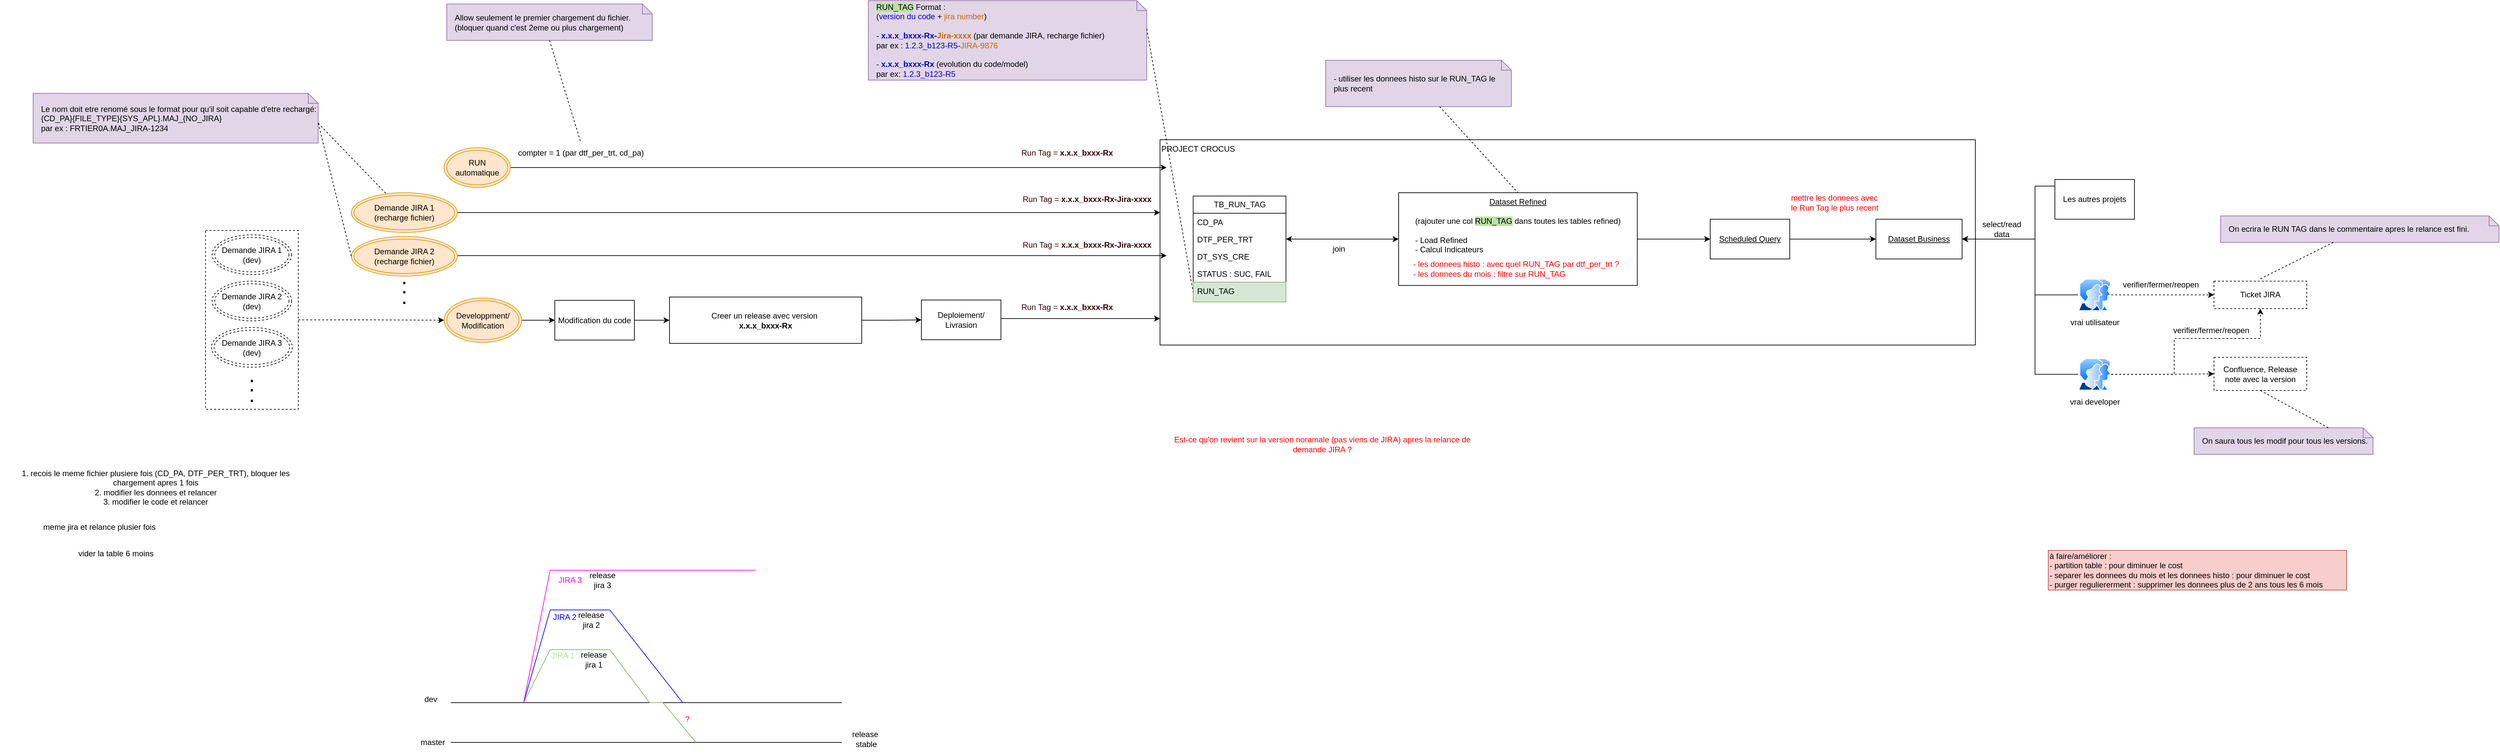
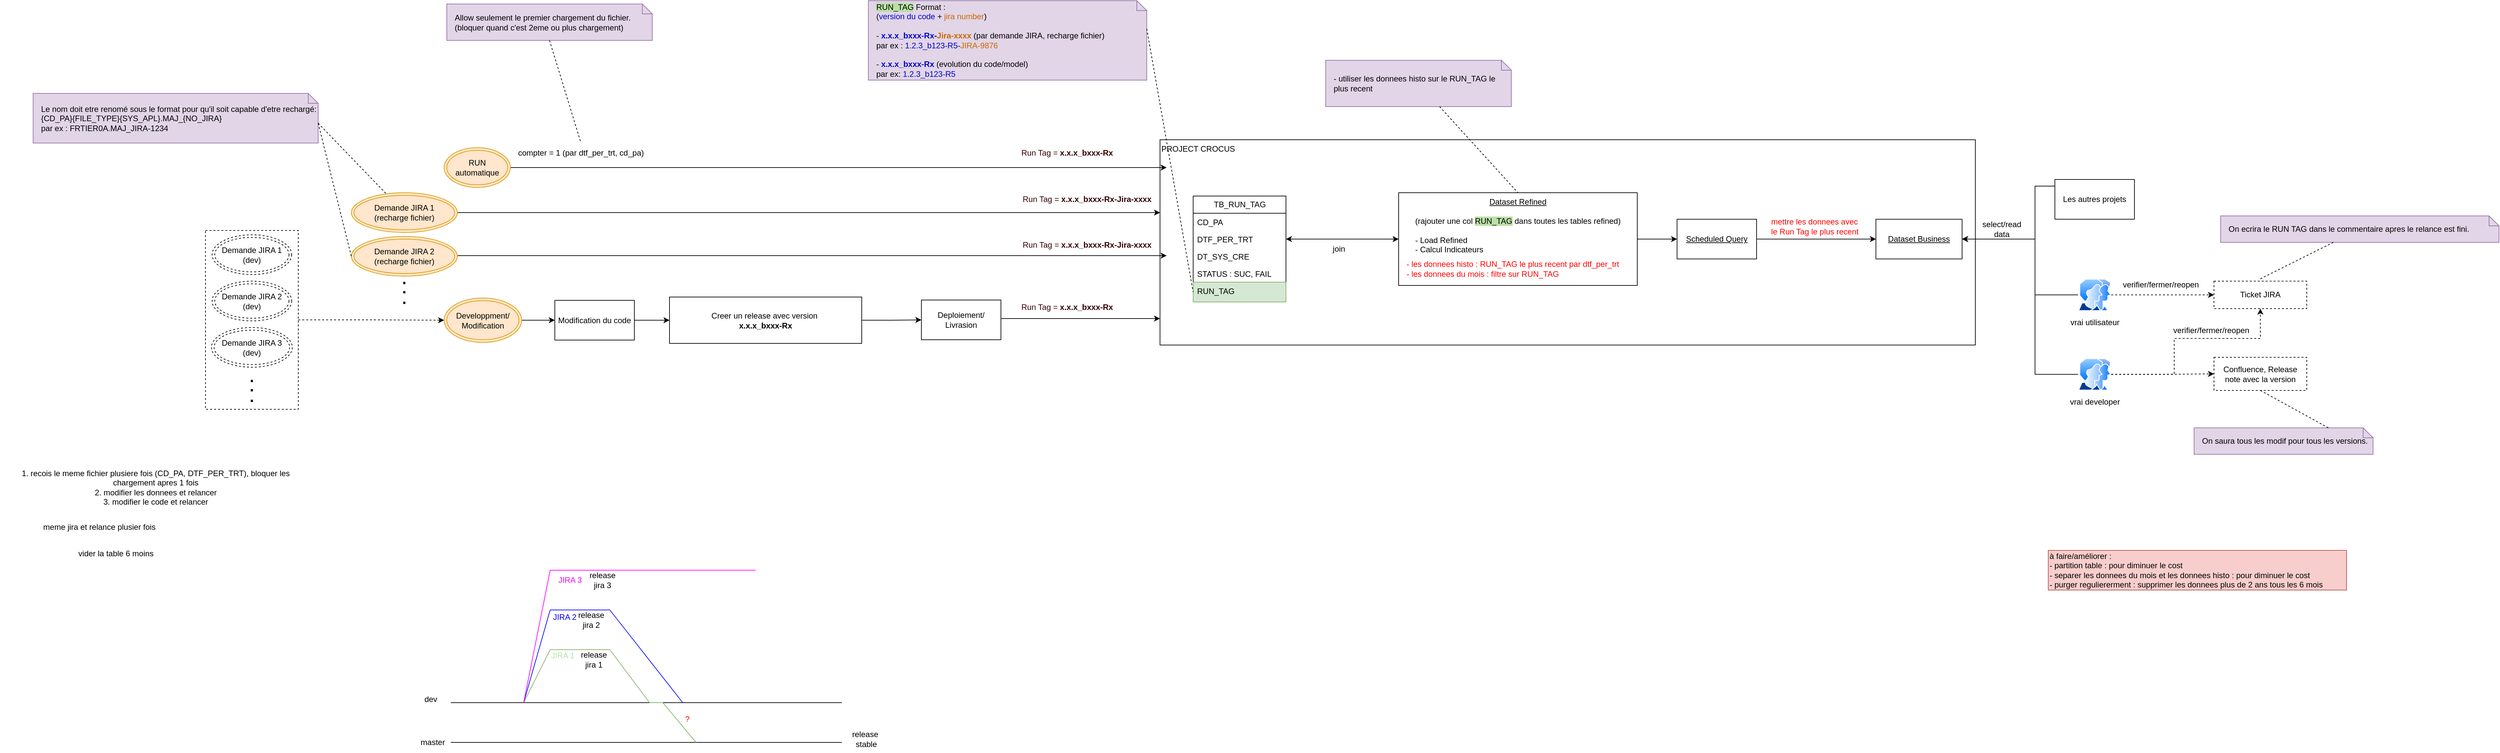
<mxfile host="app.diagrams.net">
  <diagram name="Page-1" id="bEAYSmEDHXBXhFzCy1HB">
    <mxGraphModel dx="3308" dy="2087" grid="1" gridSize="10" guides="1" tooltips="1" connect="1" arrows="1" fold="1" page="1" pageScale="1" pageWidth="827" pageHeight="1169" math="0" shadow="0">
      <root>
        <mxCell id="0" />
        <mxCell id="1" parent="0" />
        <mxCell id="cKu8MT6L8Fp_BZaxLZj7-22" edge="1" parent="1" source="cKu8MT6L8Fp_BZaxLZj7-16" style="edgeStyle=orthogonalEdgeStyle;rounded=0;orthogonalLoop=1;jettySize=auto;html=1;dashed=1;" target="QUzsFoNl6aFI_2ed8XXq-33">
          <mxGeometry relative="1" as="geometry">
            <Array as="points" />
            <mxPoint x="-937.4999999999995" y="382" as="sourcePoint" />
            <mxPoint x="-602.4999999999995" y="365" as="targetPoint" />
          </mxGeometry>
        </mxCell>
        <mxCell id="cKu8MT6L8Fp_BZaxLZj7-16" parent="1" style="rounded=0;whiteSpace=wrap;html=1;dashed=1;" value="" vertex="1">
          <mxGeometry height="270" width="140" x="-1070" y="247" as="geometry" />
        </mxCell>
        <mxCell id="QUzsFoNl6aFI_2ed8XXq-13" parent="1" style="rounded=0;whiteSpace=wrap;html=1;align=left;verticalAlign=top;" value="PROJECT CROCUS" vertex="1">
          <mxGeometry height="310" width="1230" x="370" y="110" as="geometry" />
        </mxCell>
        <mxCell id="QUzsFoNl6aFI_2ed8XXq-1" parent="1" style="swimlane;fontStyle=0;childLayout=stackLayout;horizontal=1;startSize=26;fillColor=none;horizontalStack=0;resizeParent=1;resizeParentMax=0;resizeLast=0;collapsible=1;marginBottom=0;html=1;" value="TB_RUN_TAG" vertex="1">
          <mxGeometry height="160" width="140" x="420" y="195" as="geometry" />
        </mxCell>
        <mxCell id="QUzsFoNl6aFI_2ed8XXq-2" parent="QUzsFoNl6aFI_2ed8XXq-1" style="text;strokeColor=none;fillColor=none;align=left;verticalAlign=top;spacingLeft=4;spacingRight=4;overflow=hidden;rotatable=0;points=[[0,0.5],[1,0.5]];portConstraint=eastwest;whiteSpace=wrap;html=1;" value="CD_PA" vertex="1">
          <mxGeometry height="26" width="140" y="26" as="geometry" />
        </mxCell>
        <mxCell id="QUzsFoNl6aFI_2ed8XXq-3" parent="QUzsFoNl6aFI_2ed8XXq-1" style="text;strokeColor=none;fillColor=none;align=left;verticalAlign=top;spacingLeft=4;spacingRight=4;overflow=hidden;rotatable=0;points=[[0,0.5],[1,0.5]];portConstraint=eastwest;whiteSpace=wrap;html=1;" value="DTF_PER_TRT" vertex="1">
          <mxGeometry height="26" width="140" y="52" as="geometry" />
        </mxCell>
        <mxCell id="QUzsFoNl6aFI_2ed8XXq-4" parent="QUzsFoNl6aFI_2ed8XXq-1" style="text;strokeColor=none;fillColor=none;align=left;verticalAlign=top;spacingLeft=4;spacingRight=4;overflow=hidden;rotatable=0;points=[[0,0.5],[1,0.5]];portConstraint=eastwest;whiteSpace=wrap;html=1;" value="DT_SYS_CRE" vertex="1">
          <mxGeometry height="26" width="140" y="78" as="geometry" />
        </mxCell>
        <mxCell id="QUzsFoNl6aFI_2ed8XXq-105" parent="QUzsFoNl6aFI_2ed8XXq-1" style="text;strokeColor=none;fillColor=none;align=left;verticalAlign=top;spacingLeft=4;spacingRight=4;overflow=hidden;rotatable=0;points=[[0,0.5],[1,0.5]];portConstraint=eastwest;whiteSpace=wrap;html=1;" value="STATUS : SUC, FAIL" vertex="1">
          <mxGeometry height="26" width="140" y="104" as="geometry" />
        </mxCell>
        <mxCell id="QUzsFoNl6aFI_2ed8XXq-5" parent="QUzsFoNl6aFI_2ed8XXq-1" style="text;strokeColor=#82b366;fillColor=#d5e8d4;align=left;verticalAlign=top;spacingLeft=4;spacingRight=4;overflow=hidden;rotatable=0;points=[[0,0.5],[1,0.5]];portConstraint=eastwest;whiteSpace=wrap;html=1;" value="RUN_TAG" vertex="1">
          <mxGeometry height="30" width="140" y="130" as="geometry" />
        </mxCell>
        <mxCell id="QUzsFoNl6aFI_2ed8XXq-7" parent="1" style="shape=note;size=15;align=left;spacingLeft=10;html=1;whiteSpace=wrap;fillColor=#e1d5e7;strokeColor=#9673a6;" value="&lt;span style=&quot;background-color: rgb(185, 224, 165);&quot;&gt;RUN_TAG&lt;/span&gt; Format :&amp;nbsp;&lt;div&gt;(&lt;font style=&quot;color: rgb(0, 0, 204);&quot;&gt;version du code&lt;/font&gt; +&lt;font style=&quot;color: rgb(204, 102, 0);&quot;&gt; &lt;font&gt;jira number&lt;/font&gt;&lt;/font&gt;)&lt;/div&gt;&lt;div&gt;&lt;br&gt;&lt;div&gt;- &lt;b&gt;&lt;font style=&quot;color: rgb(0, 0, 204);&quot;&gt;x.x.x_bxxx-Rx&lt;/font&gt;-&lt;font style=&quot;color: rgb(204, 102, 0);&quot;&gt;Jira-xxxx&lt;/font&gt;&lt;/b&gt; (par demande JIRA, recharge fichier)&amp;nbsp;&lt;/div&gt;&lt;div&gt;par ex : &lt;font style=&quot;color: rgb(0, 0, 204);&quot;&gt;1.2.3_b123-R5&lt;/font&gt;-&lt;font style=&quot;color: rgb(204, 102, 0);&quot;&gt;JIRA-9876&lt;/font&gt;&lt;/div&gt;&lt;div&gt;&lt;br&gt;&lt;/div&gt;&lt;div&gt;-&lt;b&gt; &lt;font style=&quot;color: rgb(0, 0, 204);&quot;&gt;x.x.x_bxxx-Rx&lt;/font&gt;&lt;/b&gt; (evolution du code/model)&lt;/div&gt;&lt;div&gt;&lt;span style=&quot;background-color: transparent; color: light-dark(rgb(0, 0, 0), rgb(255, 255, 255));&quot;&gt;par ex: &lt;/span&gt;&lt;span style=&quot;background-color: transparent;&quot;&gt;&lt;font style=&quot;color: light-dark(rgb(0, 0, 204), rgb(255, 255, 255));&quot;&gt;1.2.3_b123-R5&lt;/font&gt;&lt;/span&gt;&lt;/div&gt;&lt;/div&gt;" vertex="1">
          <mxGeometry height="120" width="420" x="-70" y="-100" as="geometry" />
        </mxCell>
        <mxCell id="QUzsFoNl6aFI_2ed8XXq-8" edge="1" parent="1" source="QUzsFoNl6aFI_2ed8XXq-7" style="edgeStyle=none;endArrow=none;exitX=0;exitY=0;dashed=1;html=1;rounded=0;entryX=0;entryY=0.5;entryDx=0;entryDy=0;exitDx=420;exitDy=42.5;exitPerimeter=0;" target="QUzsFoNl6aFI_2ed8XXq-5" value="">
          <mxGeometry relative="1" x="1" as="geometry">
            <mxPoint x="590" y="660" as="targetPoint" />
          </mxGeometry>
        </mxCell>
        <mxCell id="QUzsFoNl6aFI_2ed8XXq-10" parent="1" style="rounded=0;whiteSpace=wrap;html=1;dashed=1;" value="Confluence, Release note avec la v&lt;span style=&quot;background-color: transparent; color: light-dark(rgb(0, 0, 0), rgb(255, 255, 255));&quot;&gt;ersion&lt;/span&gt;" vertex="1">
          <mxGeometry height="50" width="140" x="1960" y="438.5" as="geometry" />
        </mxCell>
        <mxCell id="QUzsFoNl6aFI_2ed8XXq-11" parent="1" style="rounded=0;whiteSpace=wrap;html=1;dashed=1;" value="Ticket JIRA" vertex="1">
          <mxGeometry height="41.5" width="140" x="1960" y="323.5" as="geometry" />
        </mxCell>
        <mxCell id="QUzsFoNl6aFI_2ed8XXq-42" edge="1" parent="1" source="QUzsFoNl6aFI_2ed8XXq-12" style="edgeStyle=orthogonalEdgeStyle;rounded=0;orthogonalLoop=1;jettySize=auto;html=1;entryX=1;entryY=0.5;entryDx=0;entryDy=0;startArrow=classic;startFill=1;" target="QUzsFoNl6aFI_2ed8XXq-3">
          <mxGeometry relative="1" as="geometry" />
        </mxCell>
        <mxCell id="QUzsFoNl6aFI_2ed8XXq-50" edge="1" parent="1" source="QUzsFoNl6aFI_2ed8XXq-12" style="edgeStyle=orthogonalEdgeStyle;rounded=0;orthogonalLoop=1;jettySize=auto;html=1;" target="QUzsFoNl6aFI_2ed8XXq-46">
          <mxGeometry relative="1" as="geometry">
            <Array as="points" />
          </mxGeometry>
        </mxCell>
        <mxCell id="QUzsFoNl6aFI_2ed8XXq-12" parent="1" style="rounded=0;whiteSpace=wrap;html=1;verticalAlign=top;" value="&lt;u&gt;Dataset Refined&lt;/u&gt;&lt;div&gt;&lt;u&gt;&lt;br&gt;&lt;/u&gt;&lt;div&gt;(rajouter une col &lt;span style=&quot;background-color: rgb(185, 224, 165);&quot;&gt;RUN_TAG&lt;/span&gt;&lt;span&gt; &lt;/span&gt;dans toutes les tables refined)&lt;/div&gt;&lt;div&gt;&lt;br&gt;&lt;/div&gt;&lt;div style=&quot;text-align: left;&quot;&gt;- Load Refined&amp;nbsp; &amp;nbsp; &amp;nbsp; &amp;nbsp;&lt;/div&gt;&lt;div style=&quot;text-align: left;&quot;&gt;- Calcul Indicateurs&lt;/div&gt;&lt;/div&gt;" vertex="1">
          <mxGeometry height="140" width="360" x="730" y="190" as="geometry" />
        </mxCell>
        <mxCell id="QUzsFoNl6aFI_2ed8XXq-27" edge="1" parent="1" source="QUzsFoNl6aFI_2ed8XXq-33" style="edgeStyle=orthogonalEdgeStyle;rounded=0;orthogonalLoop=1;jettySize=auto;html=1;entryX=0;entryY=0.5;entryDx=0;entryDy=0;" target="QUzsFoNl6aFI_2ed8XXq-23">
          <mxGeometry relative="1" as="geometry">
            <mxPoint x="-740" y="198" as="sourcePoint" />
          </mxGeometry>
        </mxCell>
        <mxCell id="QUzsFoNl6aFI_2ed8XXq-19" parent="1" style="text;html=1;whiteSpace=wrap;strokeColor=none;fillColor=none;align=center;verticalAlign=middle;rounded=0;fontColor=#330000;" value="&lt;font style=&quot;&quot;&gt;Run Tag =&amp;nbsp;&lt;/font&gt;&lt;b style=&quot;text-align: left;&quot;&gt;x.x.x_bxxx-Rx-Jira-xxxx&lt;/b&gt;" vertex="1">
          <mxGeometry height="30" width="200" x="160" y="253.5" as="geometry" />
        </mxCell>
        <mxCell id="cKu8MT6L8Fp_BZaxLZj7-37" edge="1" parent="1" source="QUzsFoNl6aFI_2ed8XXq-23" style="edgeStyle=orthogonalEdgeStyle;rounded=0;orthogonalLoop=1;jettySize=auto;html=1;" target="QUzsFoNl6aFI_2ed8XXq-25">
          <mxGeometry relative="1" as="geometry" />
        </mxCell>
        <mxCell id="QUzsFoNl6aFI_2ed8XXq-23" parent="1" style="rounded=0;whiteSpace=wrap;html=1;" value="Modification du code" vertex="1">
          <mxGeometry height="60" width="120" x="-543" y="352.5" as="geometry" />
        </mxCell>
        <mxCell id="QUzsFoNl6aFI_2ed8XXq-31" edge="1" parent="1" source="QUzsFoNl6aFI_2ed8XXq-24" style="edgeStyle=orthogonalEdgeStyle;rounded=0;orthogonalLoop=1;jettySize=auto;html=1;" target="QUzsFoNl6aFI_2ed8XXq-13">
          <mxGeometry relative="1" as="geometry">
            <Array as="points">
              <mxPoint x="180" y="380" />
              <mxPoint x="180" y="380" />
            </Array>
            <mxPoint x="380" y="373" as="targetPoint" />
          </mxGeometry>
        </mxCell>
        <mxCell id="QUzsFoNl6aFI_2ed8XXq-24" parent="1" style="rounded=0;whiteSpace=wrap;html=1;" value="Deploiement/ Livrasion" vertex="1">
          <mxGeometry height="60" width="120" x="10" y="352" as="geometry" />
        </mxCell>
        <mxCell id="cKu8MT6L8Fp_BZaxLZj7-38" edge="1" parent="1" source="QUzsFoNl6aFI_2ed8XXq-25" style="edgeStyle=orthogonalEdgeStyle;rounded=0;orthogonalLoop=1;jettySize=auto;html=1;" target="QUzsFoNl6aFI_2ed8XXq-24">
          <mxGeometry relative="1" as="geometry" />
        </mxCell>
        <mxCell id="QUzsFoNl6aFI_2ed8XXq-25" parent="1" style="rounded=0;whiteSpace=wrap;html=1;" value="Creer un release avec version&amp;nbsp;&lt;div&gt;&lt;span style=&quot;text-align: left;&quot;&gt;&lt;b&gt;x.x.x_bxxx-Rx&lt;/b&gt;&lt;/span&gt;&lt;/div&gt;" vertex="1">
          <mxGeometry height="70" width="290" x="-370" y="347.5" as="geometry" />
        </mxCell>
        <mxCell id="QUzsFoNl6aFI_2ed8XXq-33" parent="1" style="ellipse;shape=doubleEllipse;whiteSpace=wrap;html=1;fillColor=#ffe6cc;strokeColor=#d79b00;" value="Developpment/&lt;div&gt;Modification&lt;/div&gt;" vertex="1">
          <mxGeometry height="67" width="117" x="-710" y="349" as="geometry" />
        </mxCell>
        <mxCell id="cKu8MT6L8Fp_BZaxLZj7-5" edge="1" parent="1" style="edgeStyle=orthogonalEdgeStyle;rounded=0;orthogonalLoop=1;jettySize=auto;html=1;">
          <mxGeometry relative="1" as="geometry">
            <Array as="points">
              <mxPoint x="-470" y="285" />
              <mxPoint x="-470" y="285" />
            </Array>
            <mxPoint x="-690.0000000000005" y="285" as="sourcePoint" />
            <mxPoint x="380" y="285" as="targetPoint" />
          </mxGeometry>
        </mxCell>
        <mxCell id="QUzsFoNl6aFI_2ed8XXq-34" parent="1" style="ellipse;shape=doubleEllipse;whiteSpace=wrap;html=1;fillColor=#ffe6cc;strokeColor=#d79b00;" value="Demande JIRA 2&lt;div&gt;(recharge fichier)&lt;/div&gt;" vertex="1">
          <mxGeometry height="60" width="160" x="-850" y="256" as="geometry" />
        </mxCell>
        <mxCell id="QUzsFoNl6aFI_2ed8XXq-36" edge="1" parent="1" source="QUzsFoNl6aFI_2ed8XXq-35" style="edgeStyle=orthogonalEdgeStyle;rounded=0;orthogonalLoop=1;jettySize=auto;html=1;">
          <mxGeometry relative="1" as="geometry">
            <Array as="points">
              <mxPoint x="110" y="152" />
              <mxPoint x="110" y="152" />
            </Array>
            <mxPoint x="380" y="152.0588235294117" as="targetPoint" />
          </mxGeometry>
        </mxCell>
        <mxCell id="QUzsFoNl6aFI_2ed8XXq-35" parent="1" style="ellipse;shape=doubleEllipse;whiteSpace=wrap;html=1;fillColor=#ffe6cc;strokeColor=#d79b00;" value="RUN automatique" vertex="1">
          <mxGeometry height="60" width="100" x="-710" y="122" as="geometry" />
        </mxCell>
        <mxCell id="QUzsFoNl6aFI_2ed8XXq-40" parent="1" style="shape=note;size=15;align=left;spacingLeft=10;html=1;whiteSpace=wrap;fillColor=#e1d5e7;strokeColor=#9673a6;" value="&lt;div&gt;- utiliser les donnees histo sur le RUN_TAG le plus recent&lt;/div&gt;" vertex="1">
          <mxGeometry height="70" width="280" x="620" y="-10" as="geometry" />
        </mxCell>
        <mxCell id="QUzsFoNl6aFI_2ed8XXq-41" edge="1" parent="1" source="QUzsFoNl6aFI_2ed8XXq-40" style="edgeStyle=none;endArrow=none;dashed=1;html=1;rounded=0;entryX=0.5;entryY=0;entryDx=0;entryDy=0;" target="QUzsFoNl6aFI_2ed8XXq-12" value="">
          <mxGeometry relative="1" x="1" as="geometry">
            <mxPoint x="720" y="650" as="sourcePoint" />
            <mxPoint x="772" y="500" as="targetPoint" />
          </mxGeometry>
        </mxCell>
-         <mxCell id="QUzsFoNl6aFI_2ed8XXq-43" parent="1" style="text;html=1;whiteSpace=wrap;strokeColor=none;fillColor=none;align=left;verticalAlign=middle;rounded=0;" value="&lt;font style=&quot;color: rgb(255, 0, 0);&quot;&gt;- les donnees histo : avec quel RUN_TAG par dtf_per_trt ?&lt;/font&gt;&lt;div&gt;&lt;font style=&quot;color: rgb(255, 0, 0);&quot;&gt;- les donnees du mois : f&lt;/font&gt;&lt;span style=&quot;color: light-dark(rgb(255, 0, 0), rgb(255, 144, 144)); background-color: transparent;&quot;&gt;iltre sur RUN_TAG&lt;/span&gt;&lt;/div&gt;" vertex="1">
-           <mxGeometry height="30" width="330" x="750" y="290" as="geometry" />
+         <mxCell id="QUzsFoNl6aFI_2ed8XXq-43" parent="1" style="text;html=1;whiteSpace=wrap;strokeColor=none;fillColor=none;align=left;verticalAlign=middle;rounded=0;" value="&lt;font style=&quot;color: rgb(255, 0, 0);&quot;&gt;- les donnees histo : RUN_TAG le plus recent par dtf_per_trt&lt;/font&gt;&lt;div&gt;&lt;font style=&quot;color: rgb(255, 0, 0);&quot;&gt;- les donnees du mois : f&lt;/font&gt;&lt;span style=&quot;color: light-dark(rgb(255, 0, 0), rgb(255, 144, 144)); background-color: transparent;&quot;&gt;iltre sur RUN_TAG&lt;/span&gt;&lt;/div&gt;" vertex="1">
+           <mxGeometry height="30" width="370" x="740" y="290" as="geometry" />
        </mxCell>
        <mxCell id="QUzsFoNl6aFI_2ed8XXq-45" parent="1" style="rounded=0;whiteSpace=wrap;html=1;" value="&lt;u&gt;Dataset Business&lt;/u&gt;" vertex="1">
          <mxGeometry height="60" width="130" x="1450" y="230" as="geometry" />
        </mxCell>
        <mxCell id="QUzsFoNl6aFI_2ed8XXq-48" edge="1" parent="1" source="QUzsFoNl6aFI_2ed8XXq-46" style="edgeStyle=orthogonalEdgeStyle;rounded=0;orthogonalLoop=1;jettySize=auto;html=1;" target="QUzsFoNl6aFI_2ed8XXq-45">
          <mxGeometry relative="1" as="geometry" />
        </mxCell>
        <mxCell id="QUzsFoNl6aFI_2ed8XXq-46" parent="1" style="rounded=0;whiteSpace=wrap;html=1;" value="&lt;u&gt;Scheduled Query&lt;/u&gt;" vertex="1">
-           <mxGeometry height="60" width="120" x="1200" y="230" as="geometry" />
+           <mxGeometry height="60" width="120" x="1150" y="230" as="geometry" />
        </mxCell>
        <mxCell id="QUzsFoNl6aFI_2ed8XXq-51" parent="1" style="text;html=1;whiteSpace=wrap;strokeColor=none;fillColor=none;align=left;verticalAlign=middle;rounded=0;fontColor=#FF0000;" value="mettre les donnees avec le Run Tag le plus recent" vertex="1">
-           <mxGeometry height="30" width="140" x="1320" y="190" as="geometry" />
+           <mxGeometry height="30" width="140" x="1290" y="226" as="geometry" />
        </mxCell>
        <mxCell id="QUzsFoNl6aFI_2ed8XXq-59" edge="1" parent="1" source="QUzsFoNl6aFI_2ed8XXq-52" style="edgeStyle=orthogonalEdgeStyle;rounded=0;orthogonalLoop=1;jettySize=auto;html=1;entryX=1;entryY=0.5;entryDx=0;entryDy=0;" target="QUzsFoNl6aFI_2ed8XXq-45">
          <mxGeometry relative="1" as="geometry">
            <Array as="points">
              <mxPoint x="1690" y="180" />
              <mxPoint x="1690" y="260" />
            </Array>
          </mxGeometry>
        </mxCell>
        <mxCell id="QUzsFoNl6aFI_2ed8XXq-52" parent="1" style="rounded=0;whiteSpace=wrap;html=1;" value="Les autres projets" vertex="1">
          <mxGeometry height="60" width="120" x="1720" y="170" as="geometry" />
        </mxCell>
        <mxCell id="QUzsFoNl6aFI_2ed8XXq-58" edge="1" parent="1" source="QUzsFoNl6aFI_2ed8XXq-57" style="edgeStyle=orthogonalEdgeStyle;rounded=0;orthogonalLoop=1;jettySize=auto;html=1;entryX=1;entryY=0.5;entryDx=0;entryDy=0;" target="QUzsFoNl6aFI_2ed8XXq-45">
          <mxGeometry relative="1" as="geometry">
            <Array as="points">
              <mxPoint x="1690" y="344" />
              <mxPoint x="1690" y="260" />
            </Array>
          </mxGeometry>
        </mxCell>
        <mxCell id="QUzsFoNl6aFI_2ed8XXq-65" edge="1" parent="1" source="QUzsFoNl6aFI_2ed8XXq-57" style="edgeStyle=orthogonalEdgeStyle;rounded=0;orthogonalLoop=1;jettySize=auto;html=1;dashed=1;" target="QUzsFoNl6aFI_2ed8XXq-11">
          <mxGeometry relative="1" as="geometry" />
        </mxCell>
        <mxCell id="QUzsFoNl6aFI_2ed8XXq-57" parent="1" style="image;aspect=fixed;perimeter=ellipsePerimeter;html=1;align=center;shadow=0;dashed=0;spacingTop=3;image=img/lib/active_directory/user_accounts.svg;" value="vrai utilisateur" vertex="1">
          <mxGeometry height="48.5" width="50" x="1755" y="320" as="geometry" />
        </mxCell>
        <mxCell id="QUzsFoNl6aFI_2ed8XXq-60" parent="1" style="text;html=1;whiteSpace=wrap;strokeColor=none;fillColor=none;align=center;verticalAlign=middle;rounded=0;" value="select/read data" vertex="1">
          <mxGeometry height="30" width="60" x="1610" y="230" as="geometry" />
        </mxCell>
        <mxCell id="QUzsFoNl6aFI_2ed8XXq-63" edge="1" parent="1" source="QUzsFoNl6aFI_2ed8XXq-62" style="edgeStyle=orthogonalEdgeStyle;rounded=0;orthogonalLoop=1;jettySize=auto;html=1;entryX=1;entryY=0.5;entryDx=0;entryDy=0;" target="QUzsFoNl6aFI_2ed8XXq-45">
          <mxGeometry relative="1" as="geometry">
            <Array as="points">
              <mxPoint x="1690" y="464" />
              <mxPoint x="1690" y="260" />
            </Array>
          </mxGeometry>
        </mxCell>
        <mxCell id="QUzsFoNl6aFI_2ed8XXq-66" edge="1" parent="1" source="QUzsFoNl6aFI_2ed8XXq-62" style="edgeStyle=orthogonalEdgeStyle;rounded=0;orthogonalLoop=1;jettySize=auto;html=1;dashed=1;" target="QUzsFoNl6aFI_2ed8XXq-10">
          <mxGeometry relative="1" as="geometry" />
        </mxCell>
        <mxCell id="QUzsFoNl6aFI_2ed8XXq-68" edge="1" parent="1" source="QUzsFoNl6aFI_2ed8XXq-62" style="edgeStyle=orthogonalEdgeStyle;rounded=0;orthogonalLoop=1;jettySize=auto;html=1;entryX=0.5;entryY=1;entryDx=0;entryDy=0;dashed=1;" target="QUzsFoNl6aFI_2ed8XXq-11">
          <mxGeometry relative="1" as="geometry">
            <Array as="points">
              <mxPoint x="1900" y="464" />
              <mxPoint x="1900" y="410" />
              <mxPoint x="2030" y="410" />
            </Array>
          </mxGeometry>
        </mxCell>
        <mxCell id="QUzsFoNl6aFI_2ed8XXq-62" parent="1" style="image;aspect=fixed;perimeter=ellipsePerimeter;html=1;align=center;shadow=0;dashed=0;spacingTop=3;image=img/lib/active_directory/user_accounts.svg;" value="vrai developer" vertex="1">
          <mxGeometry height="48.5" width="50" x="1755" y="440" as="geometry" />
        </mxCell>
        <mxCell id="QUzsFoNl6aFI_2ed8XXq-69" parent="1" style="shape=note;size=15;align=left;spacingLeft=10;html=1;whiteSpace=wrap;fillColor=#e1d5e7;strokeColor=#9673a6;" value="On ecrira le RUN TAG dans le commentaire apres le relance est fini." vertex="1">
          <mxGeometry height="40" width="420" x="1970" y="225" as="geometry" />
        </mxCell>
        <mxCell id="QUzsFoNl6aFI_2ed8XXq-70" edge="1" parent="1" source="QUzsFoNl6aFI_2ed8XXq-69" style="edgeStyle=none;endArrow=none;dashed=1;html=1;rounded=0;" value="">
          <mxGeometry relative="1" x="1" as="geometry">
            <mxPoint x="970" y="210" as="sourcePoint" />
            <mxPoint x="2030" y="320" as="targetPoint" />
          </mxGeometry>
        </mxCell>
        <mxCell id="QUzsFoNl6aFI_2ed8XXq-71" parent="1" style="shape=note;size=15;align=left;spacingLeft=10;html=1;whiteSpace=wrap;fillColor=#e1d5e7;strokeColor=#9673a6;" value="On saura tous les modif pour tous les versions." vertex="1">
          <mxGeometry height="40" width="270" x="1930" y="545" as="geometry" />
        </mxCell>
        <mxCell id="QUzsFoNl6aFI_2ed8XXq-72" edge="1" parent="1" source="QUzsFoNl6aFI_2ed8XXq-71" style="edgeStyle=none;endArrow=none;dashed=1;html=1;rounded=0;entryX=0.5;entryY=1;entryDx=0;entryDy=0;exitX=0;exitY=0;exitDx=202.5;exitDy=0;exitPerimeter=0;" target="QUzsFoNl6aFI_2ed8XXq-10" value="">
          <mxGeometry relative="1" x="1" as="geometry">
            <mxPoint x="2180" y="470" as="sourcePoint" />
            <mxPoint x="2070" y="525" as="targetPoint" />
          </mxGeometry>
        </mxCell>
        <mxCell id="QUzsFoNl6aFI_2ed8XXq-74" parent="1" style="rounded=0;whiteSpace=wrap;html=1;align=left;fillColor=#f8cecc;strokeColor=#b85450;" value="à faire/améliorer :&lt;div&gt;- partition table : pour diminuer le cost&lt;/div&gt;&lt;div&gt;- separer les donnees du mois et les donnees histo&amp;nbsp;&lt;span style=&quot;background-color: transparent; color: light-dark(rgb(0, 0, 0), rgb(255, 255, 255));&quot;&gt;: pour diminuer le cost&lt;/span&gt;&lt;/div&gt;&lt;div&gt;&lt;span style=&quot;background-color: transparent; color: light-dark(rgb(0, 0, 0), rgb(255, 255, 255));&quot;&gt;- purger reguliererment : supprimer les donnees plus de 2 ans tous les 6 mois&lt;/span&gt;&lt;/div&gt;" vertex="1">
          <mxGeometry height="60" width="450" x="1710" y="730" as="geometry" />
        </mxCell>
        <mxCell id="QUzsFoNl6aFI_2ed8XXq-76" parent="1" style="text;html=1;whiteSpace=wrap;strokeColor=none;fillColor=none;align=center;verticalAlign=middle;rounded=0;" value="join" vertex="1">
          <mxGeometry height="30" width="60" x="610" y="260" as="geometry" />
-         </mxCell>
-         <mxCell id="QUzsFoNl6aFI_2ed8XXq-77" parent="1" style="text;html=1;whiteSpace=wrap;strokeColor=none;fillColor=none;align=center;verticalAlign=middle;rounded=0;fontColor=#FF0000;" value="Est-ce qu&#39;on revient sur la version noramale (pas viens de JIRA) apres la relance de demande JIRA ?" vertex="1">
-           <mxGeometry height="30" width="470" x="380" y="555" as="geometry" />
        </mxCell>
        <mxCell id="QUzsFoNl6aFI_2ed8XXq-81" edge="1" parent="1" style="endArrow=none;html=1;rounded=0;" value="">
          <mxGeometry height="50" relative="1" width="50" as="geometry">
            <mxPoint x="-700" y="960" as="sourcePoint" />
            <mxPoint x="-110" y="960" as="targetPoint" />
          </mxGeometry>
        </mxCell>
        <mxCell id="QUzsFoNl6aFI_2ed8XXq-83" edge="1" parent="1" style="endArrow=none;html=1;rounded=0;fillColor=#d5e8d4;strokeColor=#82b366;" value="">
          <mxGeometry height="50" relative="1" width="50" as="geometry">
            <Array as="points">
              <mxPoint x="-550" y="880" />
            </Array>
            <mxPoint x="-590" y="960" as="sourcePoint" />
            <mxPoint x="-460" y="880" as="targetPoint" />
          </mxGeometry>
        </mxCell>
        <mxCell id="QUzsFoNl6aFI_2ed8XXq-84" parent="1" style="text;html=1;whiteSpace=wrap;strokeColor=none;fillColor=none;align=center;verticalAlign=middle;rounded=0;" value="dev" vertex="1">
          <mxGeometry height="30" width="60" x="-760" y="940" as="geometry" />
        </mxCell>
        <mxCell id="QUzsFoNl6aFI_2ed8XXq-85" edge="1" parent="1" style="endArrow=none;html=1;rounded=0;strokeColor=#0000FF;" value="">
          <mxGeometry height="50" relative="1" width="50" as="geometry">
            <Array as="points">
              <mxPoint x="-550" y="820" />
            </Array>
            <mxPoint x="-590" y="960" as="sourcePoint" />
            <mxPoint x="-460" y="820" as="targetPoint" />
          </mxGeometry>
        </mxCell>
        <mxCell id="QUzsFoNl6aFI_2ed8XXq-86" edge="1" parent="1" style="endArrow=none;html=1;rounded=0;strokeColor=#FF00FF;" value="">
          <mxGeometry height="50" relative="1" width="50" as="geometry">
            <Array as="points">
              <mxPoint x="-550" y="760" />
            </Array>
            <mxPoint x="-590" y="960" as="sourcePoint" />
            <mxPoint x="-240" y="760" as="targetPoint" />
          </mxGeometry>
        </mxCell>
        <mxCell id="QUzsFoNl6aFI_2ed8XXq-87" parent="1" style="text;html=1;whiteSpace=wrap;strokeColor=none;fillColor=none;align=center;verticalAlign=middle;rounded=0;fontColor=#B9E0A5;" value="JIRA 1" vertex="1">
          <mxGeometry height="30" width="60" x="-561" y="874" as="geometry" />
        </mxCell>
        <mxCell id="QUzsFoNl6aFI_2ed8XXq-88" parent="1" style="text;html=1;whiteSpace=wrap;strokeColor=none;fillColor=none;align=center;verticalAlign=middle;rounded=0;fontColor=#0000FF;" value="JIRA 2" vertex="1">
          <mxGeometry height="30" width="60" x="-558" y="816" as="geometry" />
        </mxCell>
        <mxCell id="QUzsFoNl6aFI_2ed8XXq-89" parent="1" style="text;html=1;whiteSpace=wrap;strokeColor=none;fillColor=none;align=center;verticalAlign=middle;rounded=0;fontColor=#FF00FF;" value="JIRA 3" vertex="1">
          <mxGeometry height="30" width="60" x="-550" y="760" as="geometry" />
        </mxCell>
        <mxCell id="QUzsFoNl6aFI_2ed8XXq-90" edge="1" parent="1" style="endArrow=none;html=1;rounded=0;" value="">
          <mxGeometry height="50" relative="1" width="50" as="geometry">
            <mxPoint x="-700" y="1020" as="sourcePoint" />
            <mxPoint x="-110" y="1020" as="targetPoint" />
          </mxGeometry>
        </mxCell>
        <mxCell id="QUzsFoNl6aFI_2ed8XXq-91" parent="1" style="text;html=1;whiteSpace=wrap;strokeColor=none;fillColor=none;align=center;verticalAlign=middle;rounded=0;" value="master" vertex="1">
          <mxGeometry height="30" width="60" x="-757" y="1005" as="geometry" />
        </mxCell>
        <mxCell id="QUzsFoNl6aFI_2ed8XXq-92" edge="1" parent="1" style="endArrow=none;html=1;rounded=0;fillColor=#d5e8d4;strokeColor=#82b366;" value="">
          <mxGeometry height="50" relative="1" width="50" as="geometry">
            <mxPoint x="-460" y="880" as="sourcePoint" />
            <mxPoint x="-400" y="960" as="targetPoint" />
          </mxGeometry>
        </mxCell>
        <mxCell id="QUzsFoNl6aFI_2ed8XXq-94" edge="1" parent="1" style="endArrow=none;html=1;rounded=0;strokeColor=#0000FF;" value="">
          <mxGeometry height="50" relative="1" width="50" as="geometry">
            <mxPoint x="-460" y="820" as="sourcePoint" />
            <mxPoint x="-350" y="960" as="targetPoint" />
          </mxGeometry>
        </mxCell>
        <mxCell id="QUzsFoNl6aFI_2ed8XXq-95" edge="1" parent="1" style="endArrow=none;html=1;rounded=0;fillColor=#d5e8d4;strokeColor=#82b366;" value="">
          <mxGeometry height="50" relative="1" width="50" as="geometry">
            <mxPoint x="-380" y="960" as="sourcePoint" />
            <mxPoint x="-330" y="1020" as="targetPoint" />
          </mxGeometry>
        </mxCell>
        <mxCell id="QUzsFoNl6aFI_2ed8XXq-96" edge="1" parent="1" style="endArrow=none;html=1;rounded=0;fillColor=#d5e8d4;strokeColor=#82b366;" value="">
          <mxGeometry height="50" relative="1" width="50" as="geometry">
            <mxPoint x="-400" y="960" as="sourcePoint" />
            <mxPoint x="-380" y="960" as="targetPoint" />
          </mxGeometry>
        </mxCell>
        <mxCell id="QUzsFoNl6aFI_2ed8XXq-98" parent="1" style="text;html=1;whiteSpace=wrap;strokeColor=none;fillColor=none;align=center;verticalAlign=middle;rounded=0;" value="release jira 2" vertex="1">
          <mxGeometry height="30" width="60" x="-518" y="820" as="geometry" />
        </mxCell>
        <mxCell id="QUzsFoNl6aFI_2ed8XXq-99" parent="1" style="text;html=1;whiteSpace=wrap;strokeColor=none;fillColor=none;align=center;verticalAlign=middle;rounded=0;" value="release jira 1" vertex="1">
          <mxGeometry height="30" width="60" x="-514" y="880" as="geometry" />
        </mxCell>
        <mxCell id="QUzsFoNl6aFI_2ed8XXq-100" parent="1" style="text;html=1;whiteSpace=wrap;strokeColor=none;fillColor=none;align=center;verticalAlign=middle;rounded=0;" value="release jira 3" vertex="1">
          <mxGeometry height="30" width="60" x="-501" y="760" as="geometry" />
        </mxCell>
        <mxCell id="QUzsFoNl6aFI_2ed8XXq-101" parent="1" style="text;html=1;whiteSpace=wrap;strokeColor=none;fillColor=none;align=center;verticalAlign=middle;rounded=0;" value="release&amp;nbsp; stable" vertex="1">
          <mxGeometry height="30" width="60" x="-103" y="1000" as="geometry" />
        </mxCell>
        <mxCell id="QUzsFoNl6aFI_2ed8XXq-103" parent="1" style="text;html=1;whiteSpace=wrap;strokeColor=none;fillColor=none;align=center;verticalAlign=middle;rounded=0;fontColor=#FF0000;" value="?" vertex="1">
          <mxGeometry height="30" width="60" x="-373" y="970" as="geometry" />
        </mxCell>
        <mxCell id="QUzsFoNl6aFI_2ed8XXq-104" parent="1" style="text;html=1;whiteSpace=wrap;strokeColor=none;fillColor=none;align=center;verticalAlign=middle;rounded=0;" value="compter = 1 (par dtf_per_trt, cd_pa)" vertex="1">
          <mxGeometry height="30" width="227" x="-617" y="115" as="geometry" />
        </mxCell>
        <mxCell id="QUzsFoNl6aFI_2ed8XXq-106" parent="1" style="text;html=1;whiteSpace=wrap;strokeColor=none;fillColor=none;align=center;verticalAlign=middle;rounded=0;" value="1. recois le meme fichier plusiere fois (CD_PA, DTF_PER_TRT), bloquer les chargement apres 1 fois&lt;div&gt;2. modifier les donnees et relancer&lt;/div&gt;&lt;div&gt;3. modifier le code et relancer&lt;/div&gt;" vertex="1">
          <mxGeometry height="30" width="470" x="-1380" y="620" as="geometry" />
        </mxCell>
        <mxCell id="QUzsFoNl6aFI_2ed8XXq-107" parent="1" style="text;html=1;whiteSpace=wrap;strokeColor=none;fillColor=none;align=center;verticalAlign=middle;rounded=0;" value="meme jira et relance plusier fois" vertex="1">
          <mxGeometry height="30" width="240" x="-1350" y="680" as="geometry" />
        </mxCell>
        <mxCell id="QUzsFoNl6aFI_2ed8XXq-108" parent="1" style="text;html=1;whiteSpace=wrap;strokeColor=none;fillColor=none;align=center;verticalAlign=middle;rounded=0;" value="vider la table 6 moins" vertex="1">
          <mxGeometry height="30" width="170" x="-1290" y="720" as="geometry" />
        </mxCell>
        <mxCell id="cKu8MT6L8Fp_BZaxLZj7-1" parent="1" style="shape=note;size=15;align=left;spacingLeft=10;html=1;whiteSpace=wrap;fillColor=#e1d5e7;strokeColor=#9673a6;labelBackgroundColor=none;" value="&lt;span style=&quot;&quot;&gt;Allow seulement le premier chargement du fichier.&lt;br&gt;(bloquer quand c&#39;est 2eme ou plus chargement)&lt;/span&gt;" vertex="1">
          <mxGeometry height="55" width="310" x="-706" y="-95" as="geometry" />
        </mxCell>
        <mxCell id="cKu8MT6L8Fp_BZaxLZj7-2" edge="1" parent="1" source="cKu8MT6L8Fp_BZaxLZj7-1" style="edgeStyle=none;endArrow=none;exitX=0.5;exitY=1;dashed=1;html=1;rounded=0;entryX=0.5;entryY=0;entryDx=0;entryDy=0;exitDx=0;exitDy=0;exitPerimeter=0;" target="QUzsFoNl6aFI_2ed8XXq-104" value="">
          <mxGeometry relative="1" x="1" as="geometry">
            <mxPoint x="590" y="300" as="sourcePoint" />
            <mxPoint x="680" y="507" as="targetPoint" />
          </mxGeometry>
        </mxCell>
        <mxCell id="cKu8MT6L8Fp_BZaxLZj7-3" parent="1" style="ellipse;shape=doubleEllipse;whiteSpace=wrap;html=1;dashed=1;" value="Demande JIRA 1&lt;div&gt;(dev)&lt;/div&gt;" vertex="1">
          <mxGeometry height="60" width="120" x="-1060" y="253.5" as="geometry" />
        </mxCell>
        <mxCell id="cKu8MT6L8Fp_BZaxLZj7-7" parent="1" style="text;html=1;whiteSpace=wrap;strokeColor=none;fillColor=none;align=center;verticalAlign=middle;rounded=0;fontColor=#330000;" value="&lt;font style=&quot;&quot;&gt;Run Tag =&amp;nbsp;&lt;b style=&quot;text-align: left;&quot;&gt;x.x.x_bxxx-Rx&lt;/b&gt;&lt;/font&gt;" vertex="1">
          <mxGeometry height="30" width="200" x="130" y="115" as="geometry" />
        </mxCell>
        <mxCell id="cKu8MT6L8Fp_BZaxLZj7-11" parent="1" style="shape=note;size=15;align=left;spacingLeft=10;html=1;whiteSpace=wrap;fillColor=#e1d5e7;strokeColor=#9673a6;labelBackgroundColor=none;" value="&lt;span style=&quot;&quot;&gt;Le nom doit etre renomé sous le format pour qu&#39;il soit capable d&#39;etre rechargé:&lt;br&gt;{CD_PA}{FILE_TYPE}{SYS_APL}.MAJ_{NO_JIRA}&lt;/span&gt;&lt;div&gt;&lt;span style=&quot;&quot;&gt;par ex : FRTIER0A.MAJ_JIRA-1234&lt;/span&gt;&lt;/div&gt;" vertex="1">
          <mxGeometry height="75" width="430" x="-1330" y="40" as="geometry" />
        </mxCell>
        <mxCell id="cKu8MT6L8Fp_BZaxLZj7-14" parent="1" style="ellipse;shape=doubleEllipse;whiteSpace=wrap;html=1;dashed=1;" value="Demande JIRA 2&lt;div&gt;(dev)&lt;/div&gt;" vertex="1">
          <mxGeometry height="60" width="120" x="-1060" y="323.5" as="geometry" />
        </mxCell>
        <mxCell id="cKu8MT6L8Fp_BZaxLZj7-15" parent="1" style="ellipse;shape=doubleEllipse;whiteSpace=wrap;html=1;dashed=1;" value="Demande JIRA 3&lt;div&gt;(dev)&lt;/div&gt;" vertex="1">
          <mxGeometry height="60" width="122" x="-1061" y="393.5" as="geometry" />
        </mxCell>
        <mxCell id="cKu8MT6L8Fp_BZaxLZj7-19" parent="1" style="text;html=1;whiteSpace=wrap;strokeColor=none;fillColor=none;align=center;verticalAlign=middle;rounded=0;fontSize=23;fontStyle=1" value="." vertex="1">
          <mxGeometry height="30" width="60" x="-1030" y="453.25" as="geometry" />
        </mxCell>
        <mxCell id="cKu8MT6L8Fp_BZaxLZj7-20" parent="1" style="text;html=1;whiteSpace=wrap;strokeColor=none;fillColor=none;align=center;verticalAlign=middle;rounded=0;fontSize=23;fontStyle=1" value="." vertex="1">
          <mxGeometry height="30" width="60" x="-1030" y="467" as="geometry" />
        </mxCell>
        <mxCell id="cKu8MT6L8Fp_BZaxLZj7-21" parent="1" style="text;html=1;whiteSpace=wrap;strokeColor=none;fillColor=none;align=center;verticalAlign=middle;rounded=0;fontSize=23;fontStyle=1" value="." vertex="1">
          <mxGeometry height="30" width="60" x="-1030" y="483.25" as="geometry" />
        </mxCell>
        <mxCell id="cKu8MT6L8Fp_BZaxLZj7-24" edge="1" parent="1" source="cKu8MT6L8Fp_BZaxLZj7-23" style="edgeStyle=orthogonalEdgeStyle;rounded=0;orthogonalLoop=1;jettySize=auto;html=1;" target="QUzsFoNl6aFI_2ed8XXq-13">
          <mxGeometry relative="1" as="geometry">
            <Array as="points">
              <mxPoint x="120" y="220" />
              <mxPoint x="120" y="220" />
            </Array>
          </mxGeometry>
        </mxCell>
        <mxCell id="cKu8MT6L8Fp_BZaxLZj7-23" parent="1" style="ellipse;shape=doubleEllipse;whiteSpace=wrap;html=1;fillColor=#ffe6cc;strokeColor=#d79b00;" value="Demande JIRA 1&lt;div&gt;(recharge fichier)&lt;/div&gt;" vertex="1">
          <mxGeometry height="60" width="160" x="-850" y="190" as="geometry" />
        </mxCell>
        <mxCell id="cKu8MT6L8Fp_BZaxLZj7-25" edge="1" parent="1" source="cKu8MT6L8Fp_BZaxLZj7-11" style="edgeStyle=none;endArrow=none;exitX=0;exitY=0;dashed=1;html=1;rounded=0;exitDx=430;exitDy=45;exitPerimeter=0;" target="cKu8MT6L8Fp_BZaxLZj7-23" value="">
          <mxGeometry relative="1" x="1" as="geometry">
            <mxPoint x="-520" y="10" as="sourcePoint" />
            <mxPoint x="-490" y="150" as="targetPoint" />
          </mxGeometry>
        </mxCell>
        <mxCell id="cKu8MT6L8Fp_BZaxLZj7-26" edge="1" parent="1" source="cKu8MT6L8Fp_BZaxLZj7-11" style="edgeStyle=none;endArrow=none;exitX=0;exitY=0;dashed=1;html=1;rounded=0;exitDx=430;exitDy=45;exitPerimeter=0;entryX=0;entryY=0.5;entryDx=0;entryDy=0;" target="QUzsFoNl6aFI_2ed8XXq-34" value="">
          <mxGeometry relative="1" x="1" as="geometry">
            <mxPoint x="-900" y="200" as="sourcePoint" />
            <mxPoint x="-801" y="244" as="targetPoint" />
          </mxGeometry>
        </mxCell>
        <mxCell id="cKu8MT6L8Fp_BZaxLZj7-27" parent="1" style="text;html=1;whiteSpace=wrap;strokeColor=none;fillColor=none;align=center;verticalAlign=middle;rounded=0;fontSize=23;fontStyle=1" value="." vertex="1">
          <mxGeometry height="30" width="60" x="-800" y="305" as="geometry" />
        </mxCell>
        <mxCell id="cKu8MT6L8Fp_BZaxLZj7-28" parent="1" style="text;html=1;whiteSpace=wrap;strokeColor=none;fillColor=none;align=center;verticalAlign=middle;rounded=0;fontSize=23;fontStyle=1" value="." vertex="1">
          <mxGeometry height="30" width="60" x="-800" y="335" as="geometry" />
        </mxCell>
        <mxCell id="cKu8MT6L8Fp_BZaxLZj7-29" parent="1" style="text;html=1;whiteSpace=wrap;strokeColor=none;fillColor=none;align=center;verticalAlign=middle;rounded=0;fontSize=23;fontStyle=1" value="." vertex="1">
          <mxGeometry height="30" width="60" x="-800" y="318.5" as="geometry" />
        </mxCell>
        <mxCell id="cKu8MT6L8Fp_BZaxLZj7-31" parent="1" style="text;html=1;whiteSpace=wrap;strokeColor=none;fillColor=none;align=center;verticalAlign=middle;rounded=0;fontColor=#330000;" value="&lt;font style=&quot;&quot;&gt;Run Tag =&amp;nbsp;&lt;/font&gt;&lt;b style=&quot;text-align: left;&quot;&gt;x.x.x_bxxx-Rx-Jira-xxxx&lt;/b&gt;" vertex="1">
          <mxGeometry height="30" width="200" x="160" y="185" as="geometry" />
        </mxCell>
        <mxCell id="cKu8MT6L8Fp_BZaxLZj7-33" parent="1" style="text;html=1;whiteSpace=wrap;strokeColor=none;fillColor=none;align=center;verticalAlign=middle;rounded=0;fontColor=#330000;" value="&lt;font style=&quot;&quot;&gt;Run Tag =&amp;nbsp;&lt;b style=&quot;text-align: left;&quot;&gt;x.x.x_bxxx-Rx&lt;/b&gt;&lt;/font&gt;" vertex="1">
          <mxGeometry height="30" width="200" x="130" y="347.5" as="geometry" />
        </mxCell>
        <mxCell id="cKu8MT6L8Fp_BZaxLZj7-39" parent="1" style="text;html=1;whiteSpace=wrap;strokeColor=none;fillColor=none;align=center;verticalAlign=middle;rounded=0;" value="verifier/fermer/reopen" vertex="1">
          <mxGeometry height="30" width="60" x="1850" y="313.5" as="geometry" />
        </mxCell>
        <mxCell id="cKu8MT6L8Fp_BZaxLZj7-40" parent="1" style="text;html=1;whiteSpace=wrap;strokeColor=none;fillColor=none;align=center;verticalAlign=middle;rounded=0;" value="verifier/fermer/reopen" vertex="1">
          <mxGeometry height="30" width="60" x="1926" y="382.5" as="geometry" />
        </mxCell>
      </root>
    </mxGraphModel>
  </diagram>
</mxfile>
